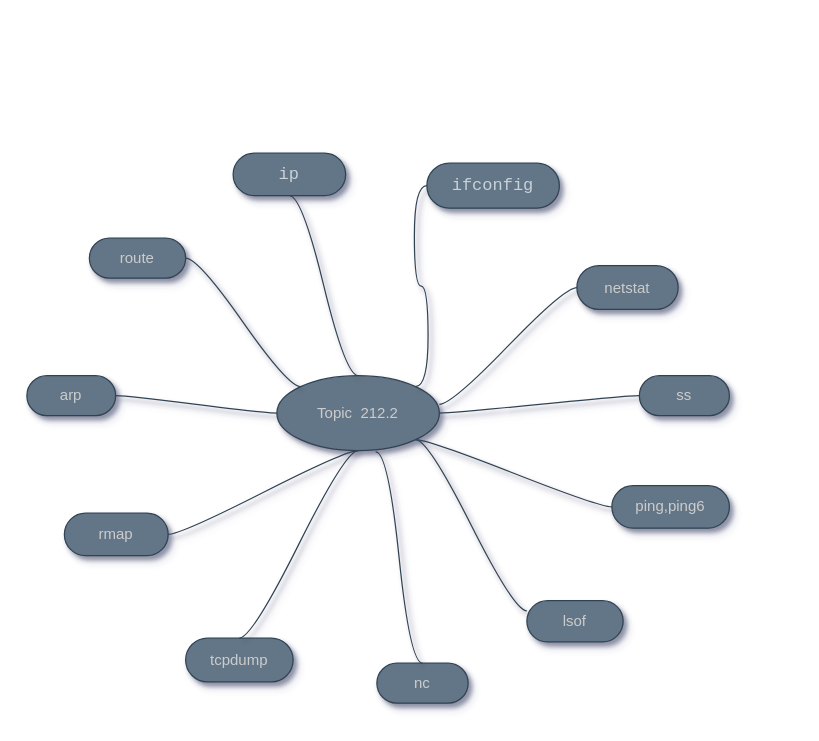
The draw.io diagram MindMaps/mindmap-212.2.drawio in marcossilvestrini/learning-lpic-2-202-450, before the edit. Source tidied: cells renumbered, new cells numbered last; positions are measured from the earlier drawing's top-left corner, leaving out a move shared by most shapes. Both pictures are drawn from the tidied source at 125%, with x=0, y=0 at pixel (26, 152).
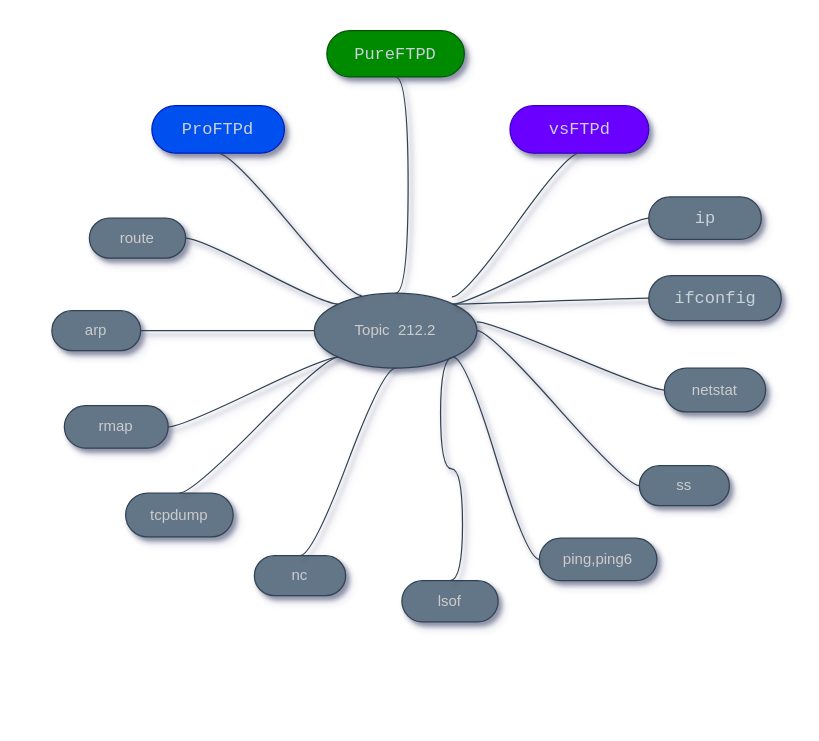
Above is the later version.

What changed in the source:
```diff
@@
     <mxCell id="2" value="Topic&amp;nbsp; 212.2" style="ellipse;whiteSpace=wrap;html=1;align=center;newEdgeStyle={&quot;edgeStyle&quot;:&quot;entityRelationEdgeStyle&quot;,&quot;startArrow&quot;:&quot;none&quot;,&quot;endArrow&quot;:&quot;none&quot;,&quot;segment&quot;:10,&quot;curved&quot;:1};fillColor=#647687;fontColor=#CCCCCC;strokeColor=#314354;shadow=1;sketch=0;" parent="1" vertex="1">
-      <mxGeometry x="200" y="178" width="130" height="60" as="geometry" />
+      <mxGeometry x="230" y="112" width="130" height="60" as="geometry" />
     </mxCell>
     <mxCell id="3" value="&lt;pre style=&quot;box-sizing: border-box ; font-family: , , &amp;quot;sf mono&amp;quot; , &amp;quot;menlo&amp;quot; , &amp;quot;consolas&amp;quot; , &amp;quot;liberation mono&amp;quot; , monospace ; font-size: 13.6px ; margin-top: 0px ; margin-bottom: 0px ; overflow-wrap: normal ; padding: 16px ; overflow: auto ; line-height: 1.45 ; border-radius: 6px ; word-break: normal ; color: rgb(201 , 209 , 217)&quot;&gt;ip&lt;/pre&gt;" style="whiteSpace=wrap;html=1;rounded=1;arcSize=50;align=center;verticalAlign=middle;strokeWidth=1;spacing=4;newEdgeStyle={&quot;edgeStyle&quot;:&quot;entityRelationEdgeStyle&quot;,&quot;startArrow&quot;:&quot;none&quot;,&quot;endArrow&quot;:&quot;none&quot;,&quot;segment&quot;:10,&quot;curved&quot;:1};fillColor=#647687;fontColor=#CCCCCC;strokeColor=#314354;shadow=1;sketch=0;" parent="1" vertex="1">
-      <mxGeometry x="165" width="90" height="34" as="geometry" />
+      <mxGeometry x="497.5" y="35" width="90" height="34" as="geometry" />
     </mxCell>
-    <mxCell id="4" style="edgeStyle=entityRelationEdgeStyle;startArrow=none;endArrow=none;segment=10;curved=1;exitX=0.5;exitY=0;exitDx=0;exitDy=0;fillColor=#647687;strokeColor=#314354;fontColor=#CCCCCC;shadow=1;sketch=0;entryX=0.5;entryY=1;entryDx=0;entryDy=0;" parent="1" edge="1" source="2" target="3">
+    <mxCell id="4" style="edgeStyle=entityRelationEdgeStyle;startArrow=none;endArrow=none;segment=10;curved=1;exitX=1;exitY=0;exitDx=0;exitDy=0;fillColor=#647687;strokeColor=#314354;fontColor=#CCCCCC;shadow=1;sketch=0;entryX=0;entryY=0.5;entryDx=0;entryDy=0;" parent="1" edge="1" source="2" target="3">
       <mxGeometry relative="1" as="geometry" />
     </mxCell>
     <mxCell id="5" value="lsof" style="whiteSpace=wrap;html=1;rounded=1;arcSize=50;align=center;verticalAlign=middle;strokeWidth=1;spacing=4;newEdgeStyle={&quot;edgeStyle&quot;:&quot;entityRelationEdgeStyle&quot;,&quot;startArrow&quot;:&quot;none&quot;,&quot;endArrow&quot;:&quot;none&quot;,&quot;segment&quot;:10,&quot;curved&quot;:1};fillColor=#647687;fontColor=#CCCCCC;strokeColor=#314354;shadow=1;sketch=0;" parent="1" vertex="1">
-      <mxGeometry x="400" y="358" width="77" height="33" as="geometry" />
+      <mxGeometry x="300" y="342" width="77" height="33" as="geometry" />
     </mxCell>
-    <mxCell id="6" style="edgeStyle=entityRelationEdgeStyle;startArrow=none;endArrow=none;segment=10;curved=1;exitX=1;exitY=1;exitDx=0;exitDy=0;fillColor=#647687;strokeColor=#314354;shadow=1;fontColor=#CCCCCC;sketch=0;entryX=0;entryY=0.25;entryDx=0;entryDy=0;" parent="1" edge="1" source="2" target="5">
+    <mxCell id="6" style="edgeStyle=entityRelationEdgeStyle;startArrow=none;endArrow=none;segment=10;curved=1;exitX=1;exitY=1;exitDx=0;exitDy=0;fillColor=#647687;strokeColor=#314354;shadow=1;fontColor=#CCCCCC;sketch=0;entryX=0.5;entryY=0;entryDx=0;entryDy=0;" parent="1" edge="1" source="2" target="5">
       <mxGeometry relative="1" as="geometry" />
     </mxCell>
     <mxCell id="7" value="arp" style="whiteSpace=wrap;html=1;rounded=1;arcSize=50;align=center;verticalAlign=middle;strokeWidth=1;spacing=4;newEdgeStyle={&quot;edgeStyle&quot;:&quot;entityRelationEdgeStyle&quot;,&quot;startArrow&quot;:&quot;none&quot;,&quot;endArrow&quot;:&quot;none&quot;,&quot;segment&quot;:10,&quot;curved&quot;:1};fillColor=#647687;fontColor=#CCCCCC;strokeColor=#314354;shadow=1;sketch=0;" parent="1" vertex="1">
-      <mxGeometry y="178" width="71" height="32" as="geometry" />
+      <mxGeometry x="20" y="126" width="71" height="32" as="geometry" />
     </mxCell>
@@
     <mxCell id="9" value="route" style="whiteSpace=wrap;html=1;rounded=1;arcSize=50;align=center;verticalAlign=middle;strokeWidth=1;spacing=4;newEdgeStyle={&quot;edgeStyle&quot;:&quot;entityRelationEdgeStyle&quot;,&quot;startArrow&quot;:&quot;none&quot;,&quot;endArrow&quot;:&quot;none&quot;,&quot;segment&quot;:10,&quot;curved&quot;:1};fillColor=#647687;fontColor=#CCCCCC;strokeColor=#314354;shadow=1;sketch=0;" parent="1" vertex="1">
-      <mxGeometry x="50" y="68" width="77" height="32" as="geometry" />
+      <mxGeometry x="50" y="52" width="77" height="32" as="geometry" />
     </mxCell>
-    <mxCell id="10" style="edgeStyle=entityRelationEdgeStyle;startArrow=none;endArrow=none;segment=10;curved=1;exitX=0;exitY=0;exitDx=0;exitDy=0;fillColor=#647687;strokeColor=#314354;shadow=1;fontColor=#CCCCCC;sketch=0;entryX=1;entryY=0.5;entryDx=0;entryDy=0;" parent="1" edge="1" source="2" target="9">
+    <mxCell id="10" style="edgeStyle=entityRelationEdgeStyle;startArrow=none;endArrow=none;segment=10;curved=1;exitX=0;exitY=0;exitDx=0;exitDy=0;fillColor=#647687;strokeColor=#314354;shadow=1;fontColor=#CCCCCC;sketch=0;" parent="1" edge="1" source="2" target="9">
       <mxGeometry relative="1" as="geometry" />
     </mxCell>
     <mxCell id="11" value="&lt;pre style=&quot;box-sizing: border-box; font-size: 13.6px; margin-top: 0px; margin-bottom: 0px; overflow-wrap: normal; padding: 16px; overflow: auto; line-height: 1.45; border-radius: 6px; word-break: normal; color: rgb(201, 209, 217);&quot;&gt;ifconfig&lt;/pre&gt;" style="whiteSpace=wrap;html=1;rounded=1;arcSize=50;align=center;verticalAlign=middle;strokeWidth=1;spacing=4;newEdgeStyle={&quot;edgeStyle&quot;:&quot;entityRelationEdgeStyle&quot;,&quot;startArrow&quot;:&quot;none&quot;,&quot;endArrow&quot;:&quot;none&quot;,&quot;segment&quot;:10,&quot;curved&quot;:1};fillColor=#647687;fontColor=#CCCCCC;strokeColor=#314354;shadow=1;sketch=0;" parent="1" vertex="1">
-      <mxGeometry x="320" y="8" width="106" height="36" as="geometry" />
+      <mxGeometry x="497.5" y="98" width="106" height="36" as="geometry" />
     </mxCell>
@@
     <mxCell id="13" value="netstat" style="whiteSpace=wrap;html=1;rounded=1;arcSize=50;align=center;verticalAlign=middle;strokeWidth=1;spacing=4;newEdgeStyle={&quot;edgeStyle&quot;:&quot;entityRelationEdgeStyle&quot;,&quot;startArrow&quot;:&quot;none&quot;,&quot;endArrow&quot;:&quot;none&quot;,&quot;segment&quot;:10,&quot;curved&quot;:1};fillColor=#647687;fontColor=#CCCCCC;strokeColor=#314354;shadow=1;sketch=0;" parent="1" vertex="1">
-      <mxGeometry x="440" y="90" width="81" height="35" as="geometry" />
+      <mxGeometry x="510" y="172" width="81" height="35" as="geometry" />
     </mxCell>
@@
     <mxCell id="15" value="ss" style="whiteSpace=wrap;html=1;rounded=1;arcSize=50;align=center;verticalAlign=middle;strokeWidth=1;spacing=4;newEdgeStyle={&quot;edgeStyle&quot;:&quot;entityRelationEdgeStyle&quot;,&quot;startArrow&quot;:&quot;none&quot;,&quot;endArrow&quot;:&quot;none&quot;,&quot;segment&quot;:10,&quot;curved&quot;:1};fillColor=#647687;fontColor=#CCCCCC;strokeColor=#314354;shadow=1;sketch=0;" parent="1" vertex="1">
-      <mxGeometry x="490" y="178" width="72" height="32" as="geometry" />
+      <mxGeometry x="490" y="250" width="72" height="32" as="geometry" />
     </mxCell>
@@
     <mxCell id="17" value="ping,ping6" style="whiteSpace=wrap;html=1;rounded=1;arcSize=50;align=center;verticalAlign=middle;strokeWidth=1;spacing=4;newEdgeStyle={&quot;edgeStyle&quot;:&quot;entityRelationEdgeStyle&quot;,&quot;startArrow&quot;:&quot;none&quot;,&quot;endArrow&quot;:&quot;none&quot;,&quot;segment&quot;:10,&quot;curved&quot;:1};fillColor=#647687;fontColor=#CCCCCC;strokeColor=#314354;shadow=1;sketch=0;" parent="1" vertex="1">
-      <mxGeometry x="468" y="266" width="94" height="34" as="geometry" />
+      <mxGeometry x="410" y="308" width="94" height="34" as="geometry" />
     </mxCell>
@@
     <mxCell id="19" value="nc" style="whiteSpace=wrap;html=1;rounded=1;arcSize=50;align=center;verticalAlign=middle;strokeWidth=1;spacing=4;newEdgeStyle={&quot;edgeStyle&quot;:&quot;entityRelationEdgeStyle&quot;,&quot;startArrow&quot;:&quot;none&quot;,&quot;endArrow&quot;:&quot;none&quot;,&quot;segment&quot;:10,&quot;curved&quot;:1};fillColor=#647687;fontColor=#CCCCCC;strokeColor=#314354;shadow=1;sketch=0;" parent="1" vertex="1">
-      <mxGeometry x="280" y="408" width="73" height="32" as="geometry" />
+      <mxGeometry x="182" y="322" width="73" height="32" as="geometry" />
     </mxCell>
-    <mxCell id="20" style="edgeStyle=entityRelationEdgeStyle;startArrow=none;endArrow=none;segment=10;curved=1;fillColor=#647687;strokeColor=#314354;shadow=1;fontColor=#CCCCCC;sketch=0;entryX=0.5;entryY=0;entryDx=0;entryDy=0;exitX=0.608;exitY=1.017;exitDx=0;exitDy=0;exitPerimeter=0;" parent="1" edge="1" source="2" target="19">
+    <mxCell id="20" style="edgeStyle=entityRelationEdgeStyle;startArrow=none;endArrow=none;segment=10;curved=1;fillColor=#647687;strokeColor=#314354;shadow=1;fontColor=#CCCCCC;sketch=0;entryX=0.5;entryY=0;entryDx=0;entryDy=0;exitX=0.5;exitY=1;exitDx=0;exitDy=0;" parent="1" edge="1" source="2" target="19">
       <mxGeometry relative="1" as="geometry" />
     </mxCell>
     <mxCell id="21" value="tcpdump" style="whiteSpace=wrap;html=1;rounded=1;arcSize=50;align=center;verticalAlign=middle;strokeWidth=1;spacing=4;newEdgeStyle={&quot;edgeStyle&quot;:&quot;entityRelationEdgeStyle&quot;,&quot;startArrow&quot;:&quot;none&quot;,&quot;endArrow&quot;:&quot;none&quot;,&quot;segment&quot;:10,&quot;curved&quot;:1};fillColor=#647687;fontColor=#CCCCCC;strokeColor=#314354;shadow=1;sketch=0;" parent="1" vertex="1">
-      <mxGeometry x="127" y="388" width="86" height="35" as="geometry" />
+      <mxGeometry x="79" y="272" width="86" height="35" as="geometry" />
     </mxCell>
-    <mxCell id="22" style="edgeStyle=entityRelationEdgeStyle;startArrow=none;endArrow=none;segment=10;curved=1;fillColor=#647687;strokeColor=#314354;shadow=1;fontColor=#CCCCCC;sketch=0;entryX=0.5;entryY=0;entryDx=0;entryDy=0;exitX=0.5;exitY=1;exitDx=0;exitDy=0;" parent="1" edge="1" source="2" target="21">
+    <mxCell id="22" style="edgeStyle=entityRelationEdgeStyle;startArrow=none;endArrow=none;segment=10;curved=1;fillColor=#647687;strokeColor=#314354;shadow=1;fontColor=#CCCCCC;sketch=0;entryX=0.5;entryY=0;entryDx=0;entryDy=0;exitX=0;exitY=1;exitDx=0;exitDy=0;" parent="1" edge="1" source="2" target="21">
       <mxGeometry relative="1" as="geometry" />
     </mxCell>
     <mxCell id="23" value="rmap" style="whiteSpace=wrap;html=1;rounded=1;arcSize=50;align=center;verticalAlign=middle;strokeWidth=1;spacing=4;newEdgeStyle={&quot;edgeStyle&quot;:&quot;entityRelationEdgeStyle&quot;,&quot;startArrow&quot;:&quot;none&quot;,&quot;endArrow&quot;:&quot;none&quot;,&quot;segment&quot;:10,&quot;curved&quot;:1};fillColor=#647687;fontColor=#CCCCCC;strokeColor=#314354;shadow=1;sketch=0;" parent="1" vertex="1">
-      <mxGeometry x="30" y="288" width="83" height="34" as="geometry" />
+      <mxGeometry x="30" y="202" width="83" height="34" as="geometry" />
     </mxCell>
-    <mxCell id="24" style="edgeStyle=entityRelationEdgeStyle;startArrow=none;endArrow=none;segment=10;curved=1;exitX=0.5;exitY=1;exitDx=0;exitDy=0;fillColor=#647687;strokeColor=#314354;shadow=1;fontColor=#CCCCCC;sketch=0;entryX=1;entryY=0.5;entryDx=0;entryDy=0;" parent="1" edge="1" source="2" target="23">
+    <mxCell id="24" style="edgeStyle=entityRelationEdgeStyle;startArrow=none;endArrow=none;segment=10;curved=1;exitX=0;exitY=1;exitDx=0;exitDy=0;fillColor=#647687;strokeColor=#314354;shadow=1;fontColor=#CCCCCC;sketch=0;entryX=1;entryY=0.5;entryDx=0;entryDy=0;" parent="1" edge="1" source="2" target="23">
       <mxGeometry relative="1" as="geometry" />
     </mxCell>
+    <mxCell id="25" value="&lt;pre style=&quot;box-sizing: border-box ; font-family: , , &amp;quot;sf mono&amp;quot; , &amp;quot;menlo&amp;quot; , &amp;quot;consolas&amp;quot; , &amp;quot;liberation mono&amp;quot; , monospace ; font-size: 13.6px ; margin-top: 0px ; margin-bottom: 0px ; overflow-wrap: normal ; padding: 16px ; overflow: auto ; line-height: 1.45 ; border-radius: 6px ; word-break: normal ; color: rgb(201 , 209 , 217)&quot;&gt;vsFTPd&lt;/pre&gt;" style="whiteSpace=wrap;html=1;rounded=1;arcSize=50;align=center;verticalAlign=middle;strokeWidth=1;spacing=4;newEdgeStyle={&quot;edgeStyle&quot;:&quot;entityRelationEdgeStyle&quot;,&quot;startArrow&quot;:&quot;none&quot;,&quot;endArrow&quot;:&quot;none&quot;,&quot;segment&quot;:10,&quot;curved&quot;:1};fillColor=#6a00ff;fontColor=#ffffff;strokeColor=#3700CC;shadow=1;sketch=0;" parent="1" vertex="1">
+      <mxGeometry x="386.5" y="-38" width="111" height="38" as="geometry" />
+    </mxCell>
+    <mxCell id="26" style="edgeStyle=entityRelationEdgeStyle;startArrow=none;endArrow=none;segment=10;curved=1;exitX=0.846;exitY=0.05;exitDx=0;exitDy=0;fillColor=#647687;strokeColor=#314354;fontColor=#CCCCCC;shadow=1;sketch=0;entryX=0.5;entryY=1;entryDx=0;entryDy=0;exitPerimeter=0;" parent="1" edge="1" source="2" target="25">
+      <mxGeometry relative="1" as="geometry" />
+    </mxCell>
+    <mxCell id="27" value="&lt;pre style=&quot;box-sizing: border-box ; font-family: , , &amp;quot;sf mono&amp;quot; , &amp;quot;menlo&amp;quot; , &amp;quot;consolas&amp;quot; , &amp;quot;liberation mono&amp;quot; , monospace ; font-size: 13.6px ; margin-top: 0px ; margin-bottom: 0px ; overflow-wrap: normal ; padding: 16px ; overflow: auto ; line-height: 1.45 ; border-radius: 6px ; word-break: normal ; color: rgb(201 , 209 , 217)&quot;&gt;PureFTPD&lt;/pre&gt;" style="whiteSpace=wrap;html=1;rounded=1;arcSize=50;align=center;verticalAlign=middle;strokeWidth=1;spacing=4;newEdgeStyle={&quot;edgeStyle&quot;:&quot;entityRelationEdgeStyle&quot;,&quot;startArrow&quot;:&quot;none&quot;,&quot;endArrow&quot;:&quot;none&quot;,&quot;segment&quot;:10,&quot;curved&quot;:1};fillColor=#008a00;fontColor=#ffffff;strokeColor=#005700;shadow=1;sketch=0;" parent="1" vertex="1">
+      <mxGeometry x="240" y="-98" width="110" height="37" as="geometry" />
+    </mxCell>
+    <mxCell id="28" style="edgeStyle=entityRelationEdgeStyle;startArrow=none;endArrow=none;segment=10;curved=1;exitX=0.5;exitY=0;exitDx=0;exitDy=0;fillColor=#647687;strokeColor=#314354;fontColor=#CCCCCC;shadow=1;sketch=0;entryX=0.5;entryY=1;entryDx=0;entryDy=0;" parent="1" edge="1" source="2" target="27">
+      <mxGeometry relative="1" as="geometry" />
+    </mxCell>
+    <mxCell id="29" value="&lt;pre style=&quot;box-sizing: border-box ; font-family: , , &amp;quot;sf mono&amp;quot; , &amp;quot;menlo&amp;quot; , &amp;quot;consolas&amp;quot; , &amp;quot;liberation mono&amp;quot; , monospace ; font-size: 13.6px ; margin-top: 0px ; margin-bottom: 0px ; overflow-wrap: normal ; padding: 16px ; overflow: auto ; line-height: 1.45 ; border-radius: 6px ; word-break: normal ; color: rgb(201 , 209 , 217)&quot;&gt;ProFTPd&lt;/pre&gt;" style="whiteSpace=wrap;html=1;rounded=1;arcSize=50;align=center;verticalAlign=middle;strokeWidth=1;spacing=4;newEdgeStyle={&quot;edgeStyle&quot;:&quot;entityRelationEdgeStyle&quot;,&quot;startArrow&quot;:&quot;none&quot;,&quot;endArrow&quot;:&quot;none&quot;,&quot;segment&quot;:10,&quot;curved&quot;:1};fillColor=#0050ef;fontColor=#ffffff;strokeColor=#001DBC;shadow=1;sketch=0;" parent="1" vertex="1">
+      <mxGeometry x="100" y="-38" width="106" height="38" as="geometry" />
+    </mxCell>
+    <mxCell id="30" style="edgeStyle=entityRelationEdgeStyle;startArrow=none;endArrow=none;segment=10;curved=1;exitX=0.292;exitY=0.033;exitDx=0;exitDy=0;fillColor=#647687;strokeColor=#314354;fontColor=#CCCCCC;shadow=1;sketch=0;entryX=0.5;entryY=1;entryDx=0;entryDy=0;exitPerimeter=0;" parent="1" edge="1" source="2" target="29">
+      <mxGeometry relative="1" as="geometry" />
+    </mxCell>
```
